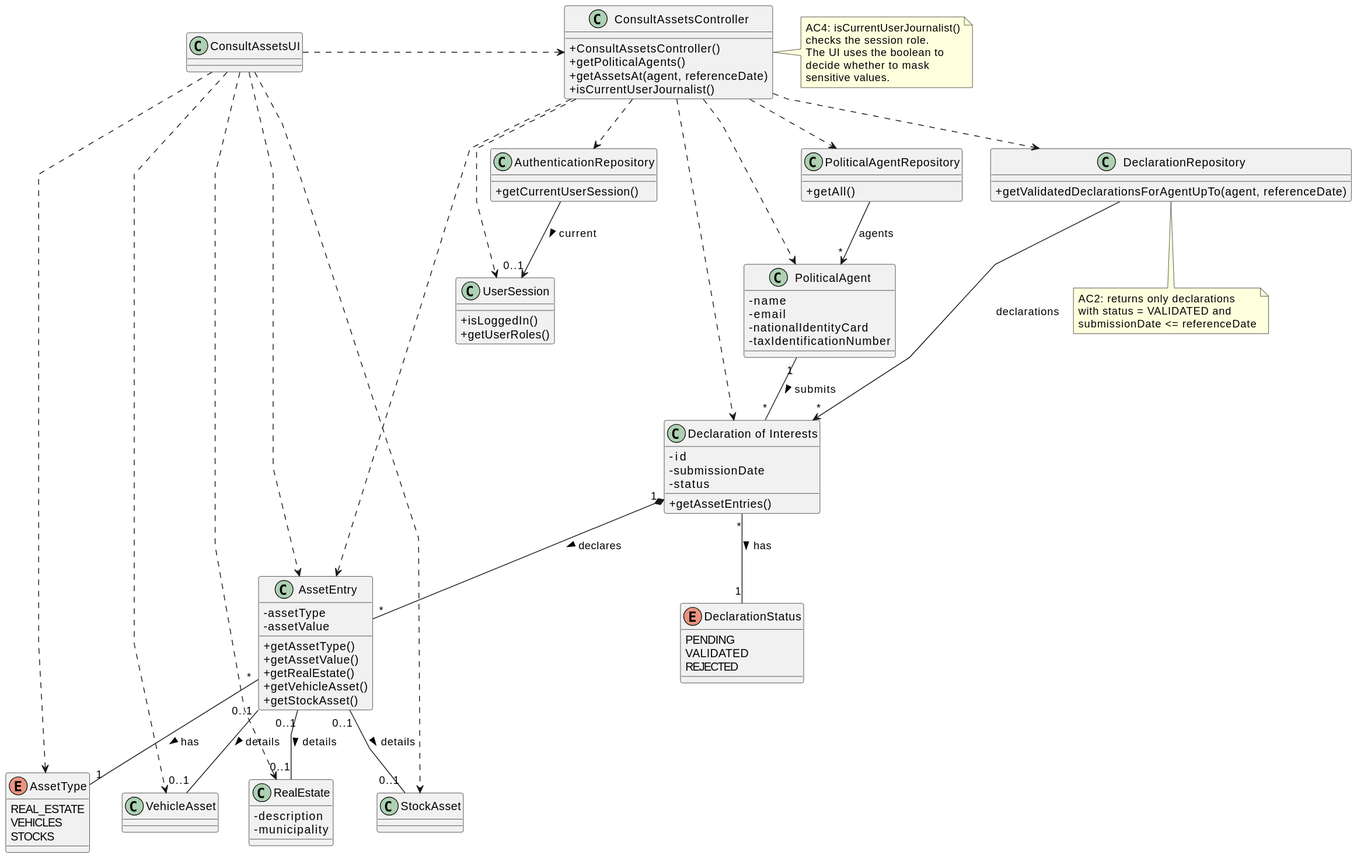
Before: docs/system-documentation/US11/03.design/svg/US11-CD.svg, a diagram exported from PlantUML (brunodspinto/crystal-clear-platform).
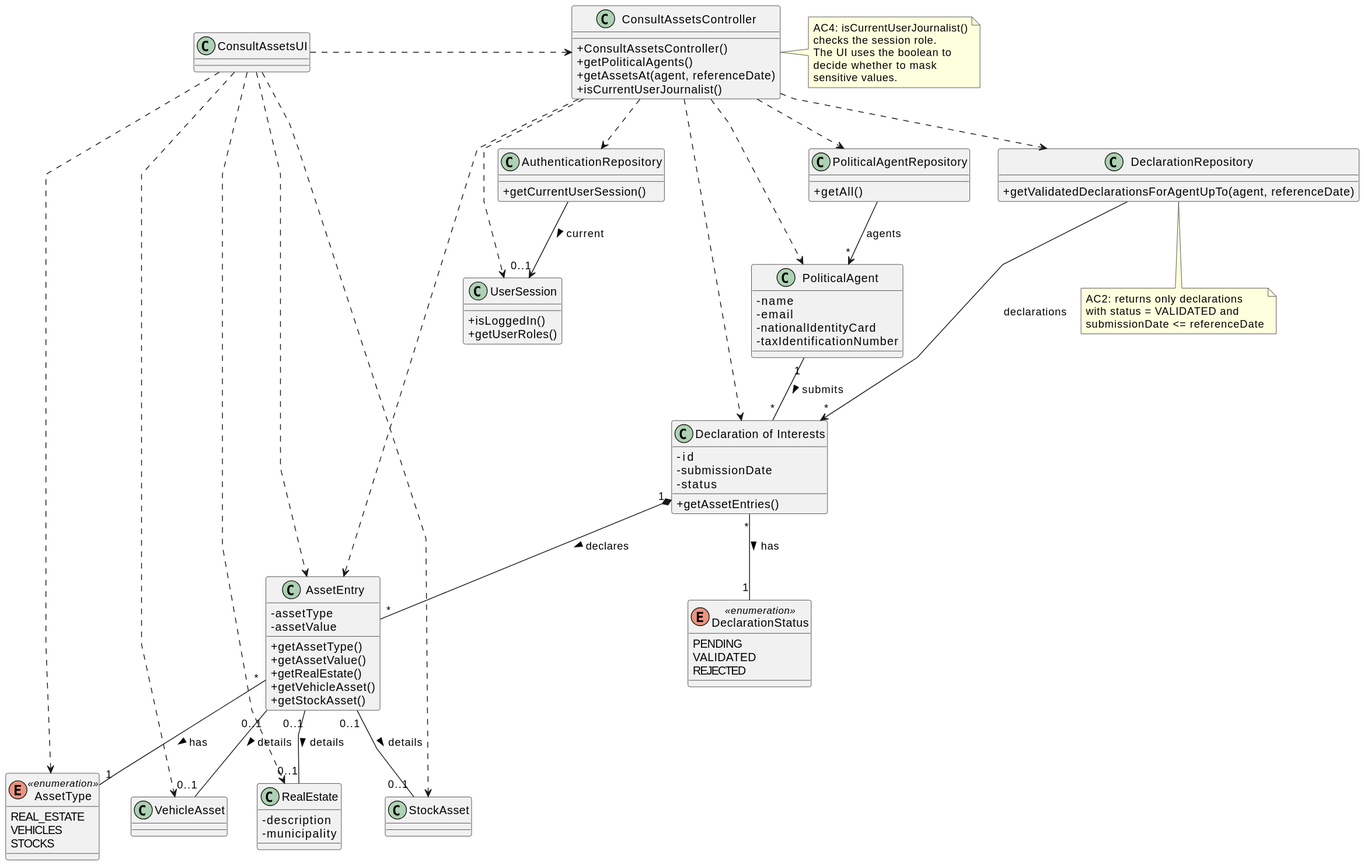
After the commit.

The edit, as a diff of the source:
```diff
@@ -45,7 +45,7 @@
     + getAssetEntries()
 }
 
-enum DeclarationStatus {
+enum DeclarationStatus <<enumeration>> {
     PENDING
     VALIDATED
     REJECTED
@@ -61,7 +61,7 @@
     + getStockAsset()
 }
 
-enum AssetType {
+enum AssetType <<enumeration>> {
     REAL_ESTATE
     VEHICLES
     STOCKS
```
